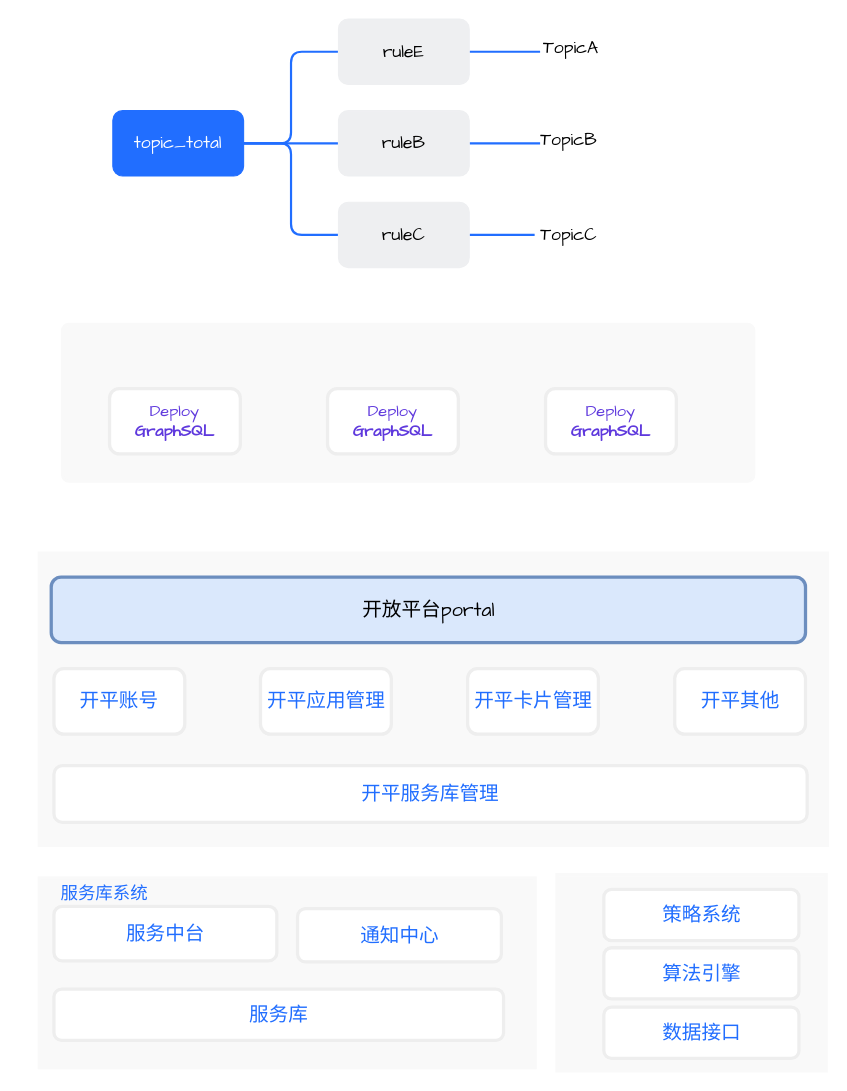
Before: trigger_action.drawio in 2pc/mydrawio, a draw.io diagram. Source tidied: cells renumbered, new cells numbered last; positions are measured from the earlier drawing's top-left corner, leaving out a move shared by most shapes. Both pictures are drawn from the tidied source at 109%, with x=0, y=0 at pixel (19, 19).
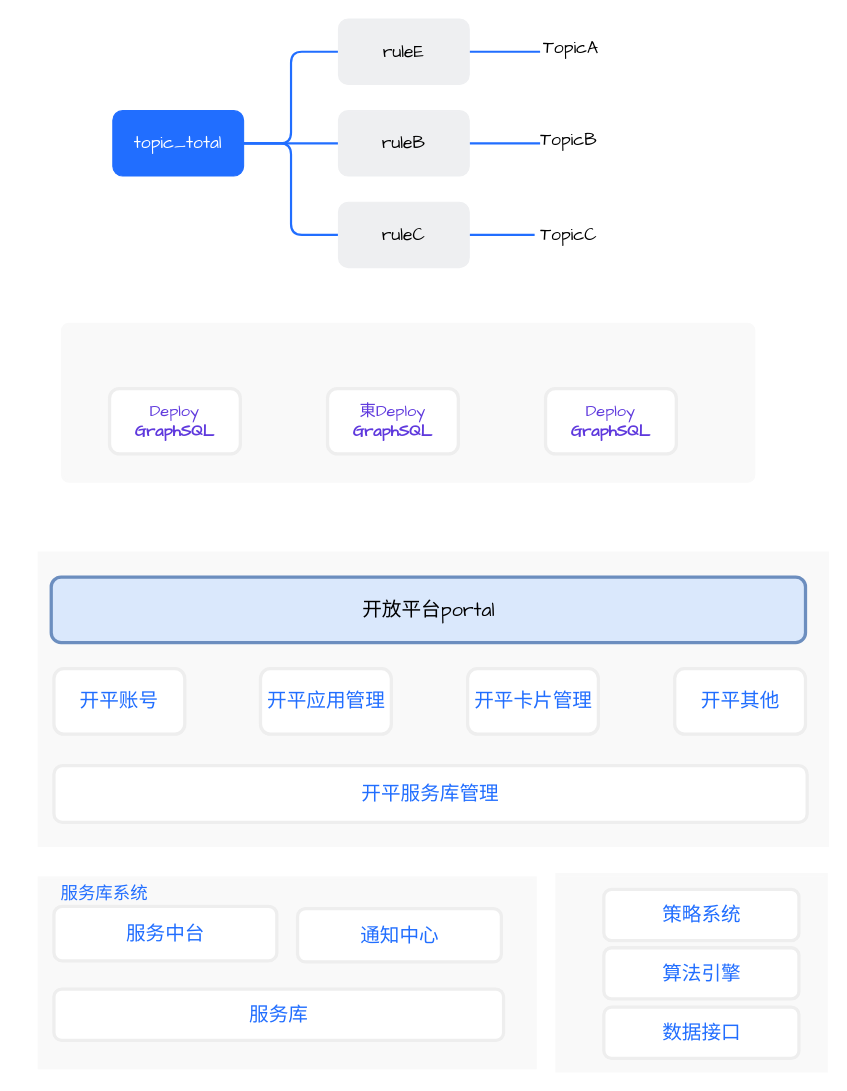
The same page after the edit.

Diff of the diagram source:
```diff
@@
-    <mxCell id="4" value="&lt;font style=&quot;font-size: 15px&quot; face=&quot;Comic Sans MS&quot;&gt;&lt;span&gt;&lt;span&gt;&lt;span style=&quot;font-weight: normal&quot;&gt;Deploy&lt;/span&gt;&lt;br&gt;GraphSQL&lt;br&gt;&lt;/span&gt;&lt;/span&gt;&lt;/font&gt;" style="rounded=1;whiteSpace=wrap;html=1;shadow=0;strokeWidth=3;fillColor=#FFFFFF;strokeColor=#EEEEEE;fontColor=#5F39DD;fontStyle=1;gradientColor=#ffffff;" parent="1" vertex="1">
+    <mxCell id="4" value="&lt;font style=&quot;font-size: 15px&quot; face=&quot;Comic Sans MS&quot;&gt;&lt;span&gt;&lt;span&gt;&lt;span style=&quot;font-weight: normal&quot;&gt;東Deploy&lt;/span&gt;&lt;br&gt;GraphSQL&lt;br&gt;&lt;/span&gt;&lt;/span&gt;&lt;/font&gt;" style="rounded=1;whiteSpace=wrap;html=1;shadow=0;strokeWidth=3;fillColor=#FFFFFF;strokeColor=#EEEEEE;fontColor=#5F39DD;fontStyle=1;gradientColor=#ffffff;" parent="1" vertex="1">
       <mxGeometry x="283" y="339" width="120" height="60" as="geometry" />
     </mxCell>
```
